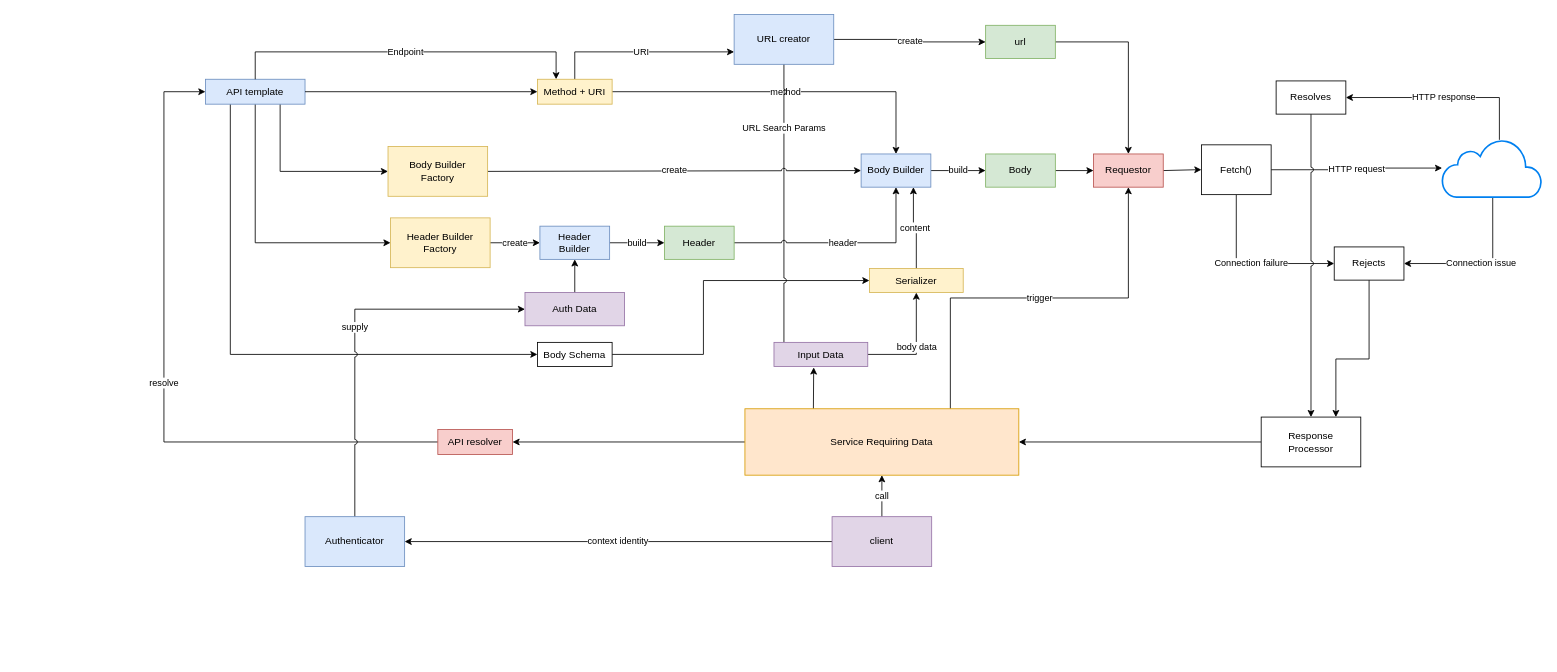
Before: fetch_diagram.drawio in fanneiOZ/first-time-deno, a draw.io diagram. Source tidied: cells renumbered, new cells numbered last; positions are measured from the earlier drawing's top-left corner, leaving out a move shared by most shapes. Both pictures are drawn from the tidied source at 83%, with x=0, y=0 at pixel (164, 14).
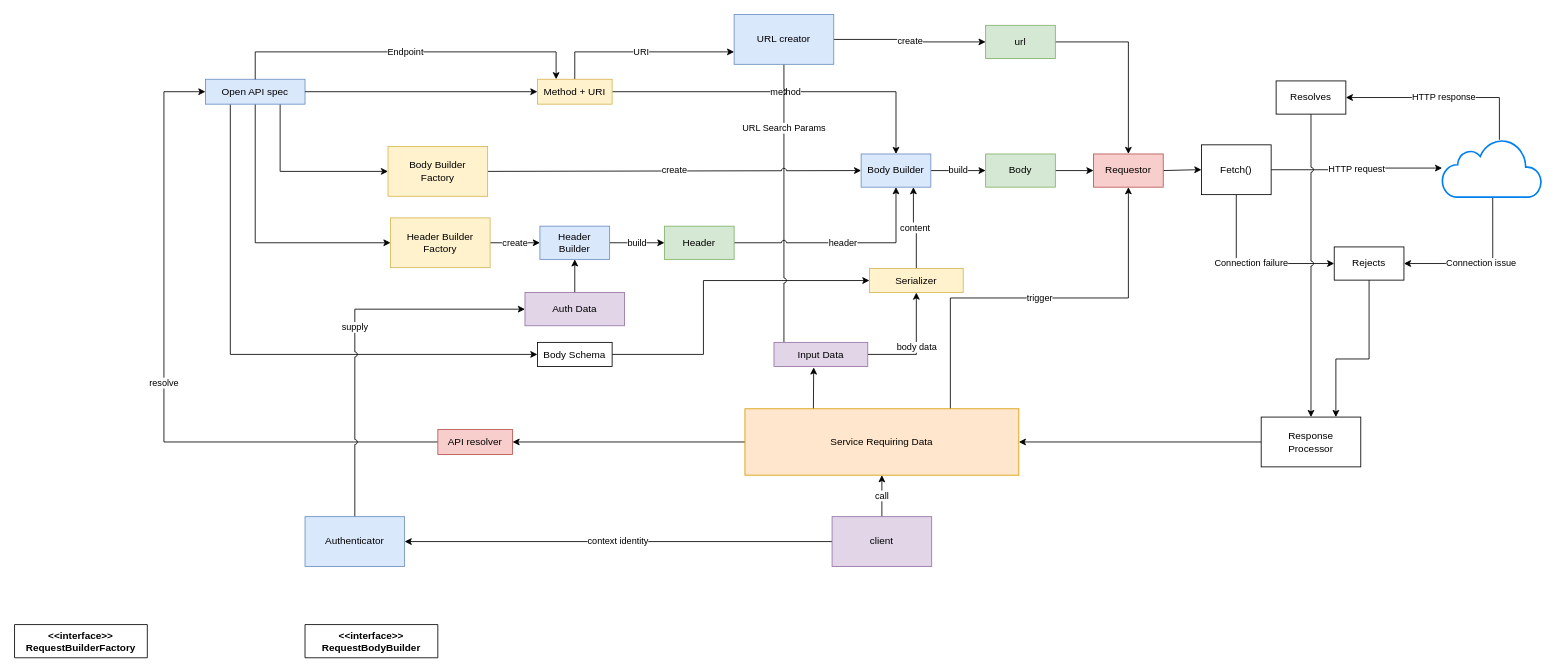
The same page after the edit.

Diff of the diagram source:
```diff
@@
-    <mxCell id="21" value="API template" style="rounded=0;whiteSpace=wrap;html=1;fillColor=#dae8fc;strokeColor=#6c8ebf;" parent="1" vertex="1">
+    <mxCell id="21" value="Open API spec" style="rounded=0;whiteSpace=wrap;html=1;fillColor=#dae8fc;strokeColor=#6c8ebf;" parent="1" vertex="1">
       <mxGeometry x="50" y="78" width="120" height="30" as="geometry" />
     </mxCell>
@@
+    <mxCell id="61" value="&lt;&lt;interface&gt;&gt;&#10;RequestBuilderFactory" style="swimlane;fontStyle=1;align=center;verticalAlign=top;horizontal=1;startSize=40;" parent="1" vertex="1" collapsed="1">
+      <mxGeometry x="-180" y="735" width="160" height="40" as="geometry" />
+    </mxCell>
+    <mxCell id="62" value="&lt;&lt;interface&gt;&gt;&#10;RequestBodyBuilder" style="swimlane;fontStyle=1;align=center;verticalAlign=top;horizontal=1;startSize=40;" parent="1" vertex="1" collapsed="1">
+      <mxGeometry x="170" y="735" width="160" height="40" as="geometry" />
+    </mxCell>
```
